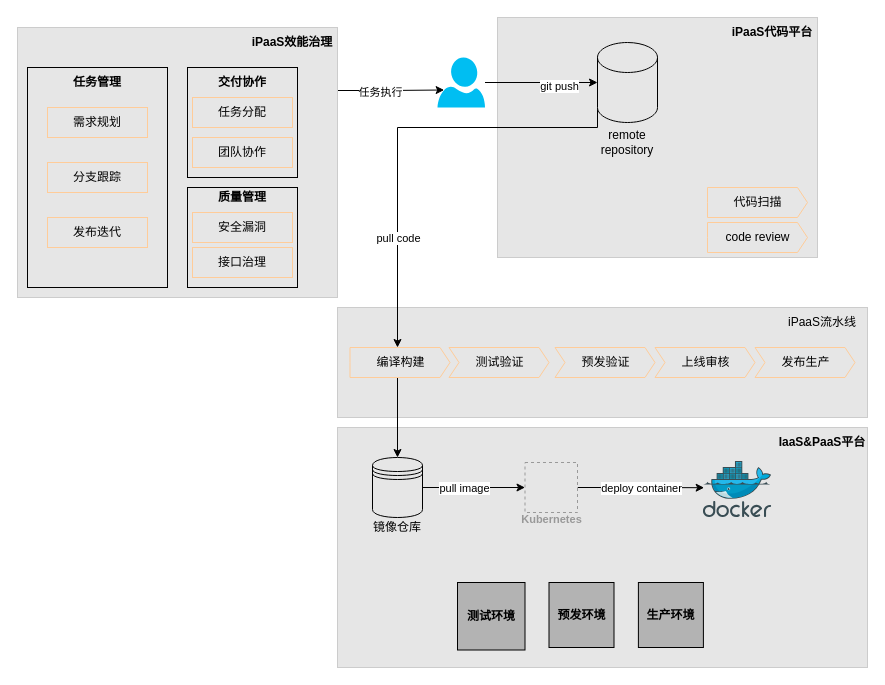
Before: argo-rollouts/ipaas.drawio in qin8948050/diagram, a draw.io diagram. Source tidied: cells renumbered, new cells numbered last; positions are measured from the earlier drawing's top-left corner, leaving out a move shared by most shapes. Both pictures are drawn from the tidied source at 100%, with x=0, y=0 at pixel (17, 17). Pictures stored in the file or linked from it are replaced by grey dashed boxes.
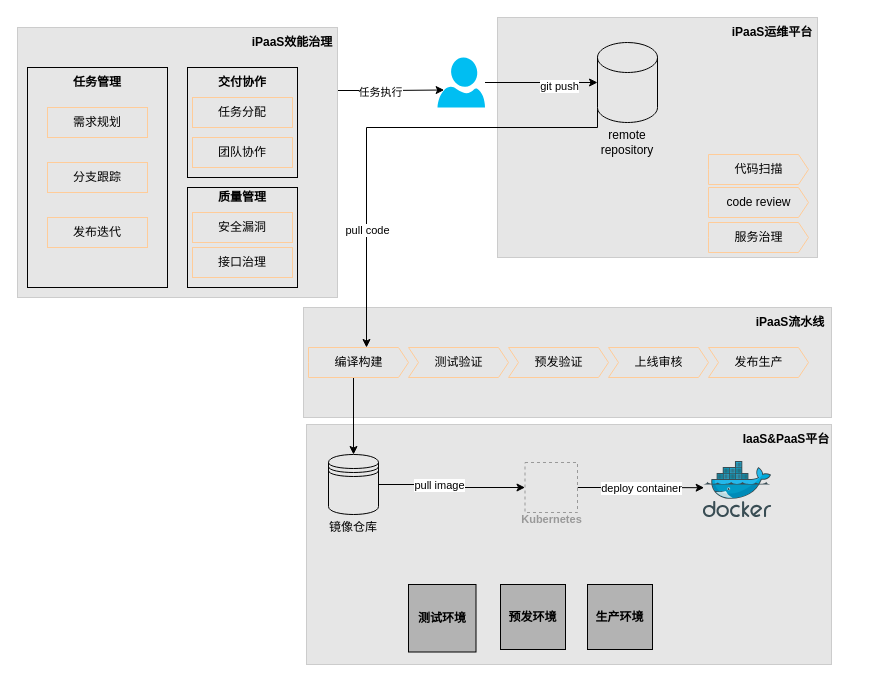
The same page after the edit.

Unchanged cells that the change refers to:
```xml
<mxCell id="27" style="shape=cylinder3;whiteSpace=wrap;html=1;boundedLbl=1;backgroundOutline=1;size=15;strokeColor=#000000;fillColor=#E6E6E6;" parent="1" vertex="1">
  <mxGeometry x="580" y="25" width="60" height="80" as="geometry" />
</mxCell>
```

The edit, as a diff of the source:
```diff
@@
     <mxCell id="2" style="whiteSpace=wrap;html=1;strokeColor=#CCCCCC;fillColor=#E6E6E6;" parent="1" vertex="1">
-      <mxGeometry x="320" y="290" width="530" height="110" as="geometry" />
+      <mxGeometry x="286" y="290" width="528" height="110" as="geometry" />
     </mxCell>
     <mxCell id="3" style="whiteSpace=wrap;html=1;strokeColor=#CCCCCC;fillColor=#E6E6E6;" parent="1" vertex="1">
-      <mxGeometry x="320" y="410" width="530" height="240" as="geometry" />
+      <mxGeometry x="289" y="407" width="525" height="240" as="geometry" />
     </mxCell>
@@
-    <mxCell id="22" value="iPaaS代码平台" style="text;html=1;strokeColor=none;fillColor=none;align=center;verticalAlign=middle;whiteSpace=wrap;rounded=0;fontStyle=1;" parent="1" vertex="1">
+    <mxCell id="22" value="iPaaS运维平台" style="text;html=1;strokeColor=none;fillColor=none;align=center;verticalAlign=middle;whiteSpace=wrap;rounded=0;fontStyle=1;" parent="1" vertex="1">
       <mxGeometry x="710" width="90" height="30" as="geometry" />
     </mxCell>
@@
     <mxCell id="25" style="edgeStyle=orthogonalEdgeStyle;rounded=0;jettySize=auto;html=1;exitX=0;exitY=1;exitDx=0;exitDy=-15;exitPerimeter=0;strokeColor=default;startArrow=none;startFill=0;endArrow=classic;endFill=1;" parent="1" edge="1" source="27" target="35">
       <mxGeometry relative="1" as="geometry">
         <Array as="points">
           <mxPoint x="580" y="110" />
-          <mxPoint x="380" y="110" />
+          <mxPoint x="349" y="110" />
         </Array>
       </mxGeometry>
     </mxCell>
@@
     <mxCell id="31" value="代码扫描" style="html=1;shadow=0;dashed=0;align=center;verticalAlign=middle;shape=mxgraph.arrows2.arrow;dy=0;dx=10;notch=0;strokeColor=#FFCC99;fillColor=#E6E6E6;" parent="1" vertex="1">
-      <mxGeometry x="690" y="170" width="100" height="30" as="geometry" />
+      <mxGeometry x="691" y="137" width="100" height="30" as="geometry" />
     </mxCell>
     <mxCell id="32" value="code review" style="html=1;shadow=0;dashed=0;align=center;verticalAlign=middle;shape=mxgraph.arrows2.arrow;dy=0;dx=10;notch=0;strokeColor=#FFCC99;fillColor=#E6E6E6;" parent="1" vertex="1">
-      <mxGeometry x="690" y="205" width="100" height="30" as="geometry" />
+      <mxGeometry x="691" y="170" width="100" height="30" as="geometry" />
     </mxCell>
-    <mxCell id="33" value="iPaaS流水线" style="text;html=1;strokeColor=none;fillColor=none;align=center;verticalAlign=middle;whiteSpace=wrap;rounded=0;" parent="1" vertex="1">
-      <mxGeometry x="760" y="290" width="90" height="30" as="geometry" />
+    <mxCell id="33" value="&lt;b&gt;iPaaS流水线&lt;/b&gt;" style="text;html=1;strokeColor=none;fillColor=none;align=center;verticalAlign=middle;whiteSpace=wrap;rounded=0;" parent="1" vertex="1">
+      <mxGeometry x="728" y="290" width="90" height="30" as="geometry" />
     </mxCell>
-    <mxCell id="34" style="edgeStyle=orthogonalEdgeStyle;rounded=0;jettySize=auto;html=1;exitX=0;exitY=0;exitDx=45;exitDy=30;exitPerimeter=0;entryX=0.5;entryY=0;entryDx=0;entryDy=0;strokeColor=default;startArrow=none;startFill=0;endArrow=classic;endFill=1;" parent="1" edge="1" source="35" target="43">
-      <mxGeometry relative="1" as="geometry">
-        <Array as="points">
-          <mxPoint x="380" y="360" />
-        </Array>
-      </mxGeometry>
+    <mxCell id="34" style="edgeStyle=orthogonalEdgeStyle;rounded=0;jettySize=auto;html=1;exitX=0;exitY=0;exitDx=45;exitDy=30;exitPerimeter=0;strokeColor=default;startArrow=none;startFill=0;endArrow=classic;endFill=1;" parent="1" edge="1" source="35" target="43">
+      <mxGeometry relative="1" as="geometry" />
     </mxCell>
     <mxCell id="35" value="编译构建" style="html=1;shadow=0;dashed=0;align=center;verticalAlign=middle;shape=mxgraph.arrows2.arrow;dy=0;dx=10;notch=0;strokeColor=#FFCC99;fillColor=#E6E6E6;" parent="1" vertex="1">
-      <mxGeometry x="332.5" y="330" width="100" height="30" as="geometry" />
+      <mxGeometry x="291" y="330" width="100" height="30" as="geometry" />
     </mxCell>
     <mxCell id="36" value="测试验证" style="html=1;shadow=0;dashed=0;align=center;verticalAlign=middle;shape=mxgraph.arrows2.arrow;dy=0;dx=10;notch=10;strokeColor=#FFCC99;fillColor=#E6E6E6;" parent="1" vertex="1">
-      <mxGeometry x="431.5" y="330" width="100" height="30" as="geometry" />
+      <mxGeometry x="391" y="330" width="100" height="30" as="geometry" />
     </mxCell>
     <mxCell id="37" value="预发验证" style="html=1;shadow=0;dashed=0;align=center;verticalAlign=middle;shape=mxgraph.arrows2.arrow;dy=0;dx=10;notch=10;strokeColor=#FFCC99;fillColor=#E6E6E6;" parent="1" vertex="1">
-      <mxGeometry x="537.5" y="330" width="100" height="30" as="geometry" />
+      <mxGeometry x="491" y="330" width="100" height="30" as="geometry" />
     </mxCell>
     <mxCell id="38" value="上线审核" style="html=1;shadow=0;dashed=0;align=center;verticalAlign=middle;shape=mxgraph.arrows2.arrow;dy=0;dx=10;notch=10;strokeColor=#FFCC99;fillColor=#E6E6E6;" parent="1" vertex="1">
-      <mxGeometry x="637.5" y="330" width="100" height="30" as="geometry" />
+      <mxGeometry x="591" y="330" width="100" height="30" as="geometry" />
     </mxCell>
     <mxCell id="39" value="发布生产" style="html=1;shadow=0;dashed=0;align=center;verticalAlign=middle;shape=mxgraph.arrows2.arrow;dy=0;dx=10;notch=10;strokeColor=#FFCC99;fillColor=#E6E6E6;" parent="1" vertex="1">
-      <mxGeometry x="737.5" y="330" width="100" height="30" as="geometry" />
+      <mxGeometry x="691" y="330" width="100" height="30" as="geometry" />
     </mxCell>
     <mxCell id="40" value="IaaS&amp;amp;PaaS平台" style="text;html=1;strokeColor=none;fillColor=none;align=center;verticalAlign=middle;whiteSpace=wrap;rounded=0;fontStyle=1;" parent="1" vertex="1">
-      <mxGeometry x="760" y="410" width="90" height="30" as="geometry" />
+      <mxGeometry x="724" y="407" width="90" height="30" as="geometry" />
     </mxCell>
@@
     <mxCell id="43" style="shape=datastore;whiteSpace=wrap;html=1;strokeColor=#000000;fillColor=#E6E6E6;" parent="1" vertex="1">
-      <mxGeometry x="355" y="440" width="50" height="60" as="geometry" />
+      <mxGeometry x="311" y="437" width="50" height="60" as="geometry" />
     </mxCell>
     <mxCell id="44" value="镜像仓库" style="text;html=1;strokeColor=none;fillColor=none;align=center;verticalAlign=middle;whiteSpace=wrap;rounded=0;" parent="1" vertex="1">
-      <mxGeometry x="355" y="500" width="50" height="20" as="geometry" />
+      <mxGeometry x="311" y="500" width="50" height="20" as="geometry" />
     </mxCell>
@@
     <mxCell id="49" value="&lt;b&gt;测试环境&lt;/b&gt;" style="whiteSpace=wrap;html=1;strokeColor=#000000;fillColor=#B3B3B3;" parent="1" vertex="1">
-      <mxGeometry x="440" y="565" width="67.5" height="67.5" as="geometry" />
+      <mxGeometry x="391" y="567" width="67.5" height="67.5" as="geometry" />
     </mxCell>
     <mxCell id="50" value="预发环境" style="whiteSpace=wrap;html=1;strokeColor=#000000;fillColor=#B3B3B3;fontStyle=1;" parent="1" vertex="1">
-      <mxGeometry x="531.5" y="565" width="65" height="65" as="geometry" />
+      <mxGeometry x="483" y="567" width="65" height="65" as="geometry" />
     </mxCell>
     <mxCell id="51" value="生产环境" style="whiteSpace=wrap;html=1;strokeColor=#000000;fillColor=#B3B3B3;fontStyle=1;" parent="1" vertex="1">
-      <mxGeometry x="620.9" y="565" width="65" height="65" as="geometry" />
+      <mxGeometry x="570" y="567" width="65" height="65" as="geometry" />
     </mxCell>
+    <mxCell id="52" value="服务治理" style="html=1;shadow=0;dashed=0;align=center;verticalAlign=middle;shape=mxgraph.arrows2.arrow;dy=0;dx=10;notch=0;strokeColor=#FFCC99;fillColor=#E6E6E6;" parent="1" vertex="1">
+      <mxGeometry x="691" y="205" width="100" height="30" as="geometry" />
+    </mxCell>
```
